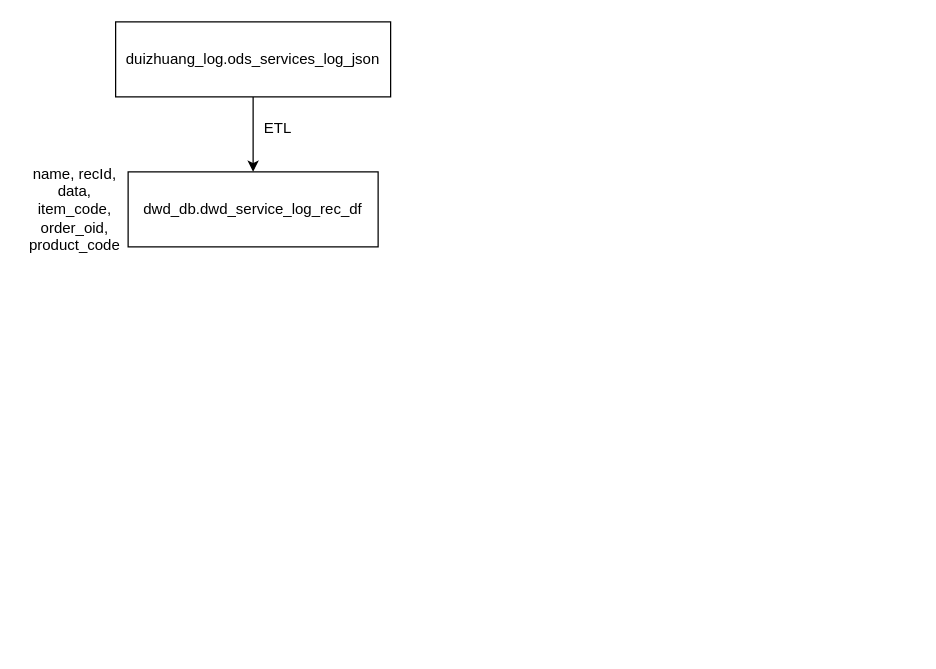
Earlier version of the draw.io diagram 埋点梳理.drawio (TzeSing/draw_io). Source tidied: cells renumbered, new cells numbered last; positions are measured from the earlier drawing's top-left corner, leaving out a move shared by most shapes. Both pictures are drawn from the tidied source at 125%, with x=0, y=0 at pixel (21, 21).
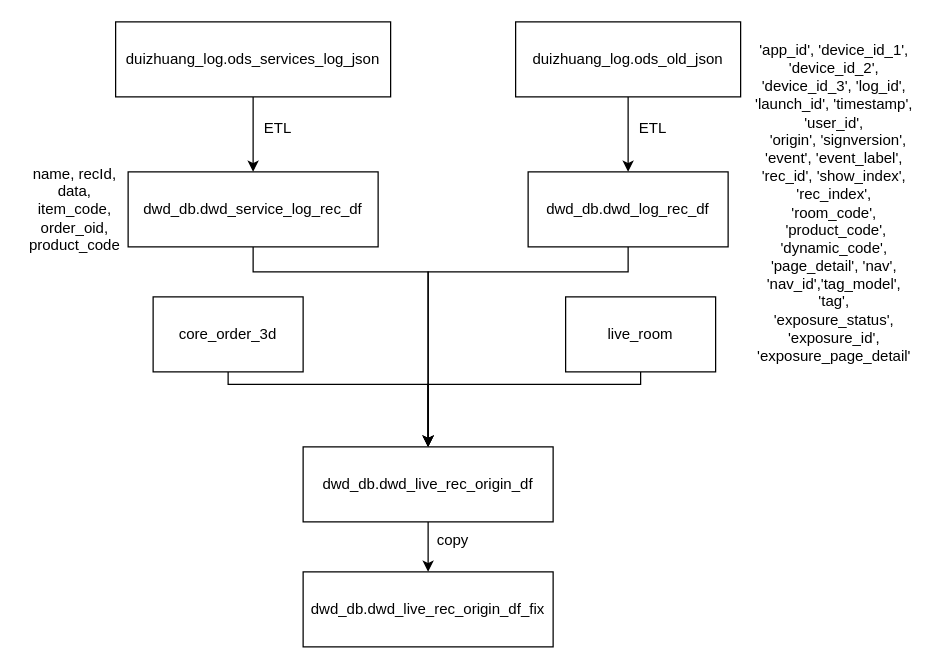
The same page after the edit.

Unchanged cells that the change refers to:
```xml
<mxCell id="5" value="dwd_db.dwd_service_log_rec_df" style="rounded=0;whiteSpace=wrap;html=1;" parent="1" vertex="1">
  <mxGeometry x="85" y="120" width="200" height="60" as="geometry" />
</mxCell>
```

What changed in the source:
```diff
@@
+    <mxCell id="7" style="edgeStyle=orthogonalEdgeStyle;rounded=0;jettySize=auto;html=1;exitX=0.5;exitY=1;exitDx=0;exitDy=0;entryX=0.5;entryY=0;entryDx=0;entryDy=0;" parent="1" edge="1" source="5" target="19">
+      <mxGeometry relative="1" as="geometry">
+        <Array as="points">
+          <mxPoint x="185" y="200" />
+          <mxPoint x="325" y="200" />
+        </Array>
+      </mxGeometry>
+    </mxCell>
@@
+    <mxCell id="8" style="edgeStyle=orthogonalEdgeStyle;rounded=0;jettySize=auto;html=1;exitX=0.5;exitY=1;exitDx=0;exitDy=0;entryX=0.5;entryY=0;entryDx=0;entryDy=0;" parent="1" edge="1" source="9" target="11">
+      <mxGeometry relative="1" as="geometry" />
+    </mxCell>
+    <mxCell id="9" value="duizhuang_log.ods_old_json" style="rounded=0;whiteSpace=wrap;html=1;" parent="1" vertex="1">
+      <mxGeometry x="395" width="180" height="60" as="geometry" />
+    </mxCell>
+    <mxCell id="10" style="edgeStyle=orthogonalEdgeStyle;rounded=0;jettySize=auto;html=1;exitX=0.5;exitY=1;exitDx=0;exitDy=0;" parent="1" edge="1" source="11">
+      <mxGeometry relative="1" as="geometry">
+        <mxPoint x="325" y="340" as="targetPoint" />
+        <Array as="points">
+          <mxPoint x="485" y="200" />
+          <mxPoint x="325" y="200" />
+        </Array>
+      </mxGeometry>
+    </mxCell>
+    <mxCell id="11" value="dwd_db.dwd_log_rec_df" style="rounded=0;whiteSpace=wrap;html=1;" parent="1" vertex="1">
+      <mxGeometry x="405" y="120" width="160" height="60" as="geometry" />
+    </mxCell>
+    <mxCell id="12" value="&lt;div&gt;'app_id', 'device_id_1', 'device_id_2', 'device_id_3', 'log_id', 'launch_id', 'timestamp', 'user_id',&lt;/div&gt;&lt;div&gt;&amp;nbsp; 'origin', 'signversion', 'event', 'event_label', 'rec_id', 'show_index', 'rec_index', 'room_code',&lt;/div&gt;&lt;div&gt;&amp;nbsp;'product_code', 'dynamic_code', 'page_detail', 'nav', 'nav_id','tag_model', 'tag',&lt;/div&gt;&lt;div&gt;'exposure_status', 'exposure_id', 'exposure_page_detail'&lt;/div&gt;" style="text;html=1;strokeColor=none;fillColor=none;align=center;verticalAlign=middle;whiteSpace=wrap;rounded=0;" parent="1" vertex="1">
+      <mxGeometry x="585" y="10" width="130" height="270" as="geometry" />
+    </mxCell>
+    <mxCell id="13" value="ETL" style="text;html=1;strokeColor=none;fillColor=none;align=center;verticalAlign=middle;whiteSpace=wrap;rounded=0;" parent="1" vertex="1">
+      <mxGeometry x="475" y="70" width="60" height="30" as="geometry" />
+    </mxCell>
+    <mxCell id="14" style="edgeStyle=orthogonalEdgeStyle;rounded=0;jettySize=auto;html=1;exitX=0.5;exitY=1;exitDx=0;exitDy=0;" parent="1" edge="1" source="15">
+      <mxGeometry relative="1" as="geometry">
+        <mxPoint x="325" y="340" as="targetPoint" />
+        <Array as="points">
+          <mxPoint x="165" y="290" />
+          <mxPoint x="325" y="290" />
+        </Array>
+      </mxGeometry>
+    </mxCell>
+    <mxCell id="15" value="core_order_3d" style="rounded=0;whiteSpace=wrap;html=1;" parent="1" vertex="1">
+      <mxGeometry x="105" y="220" width="120" height="60" as="geometry" />
+    </mxCell>
+    <mxCell id="16" style="edgeStyle=orthogonalEdgeStyle;rounded=0;jettySize=auto;html=1;exitX=0.5;exitY=1;exitDx=0;exitDy=0;entryX=0.5;entryY=0;entryDx=0;entryDy=0;" parent="1" edge="1" source="17" target="19">
+      <mxGeometry relative="1" as="geometry">
+        <Array as="points">
+          <mxPoint x="495" y="290" />
+          <mxPoint x="325" y="290" />
+        </Array>
+      </mxGeometry>
+    </mxCell>
+    <mxCell id="17" value="live_room" style="rounded=0;whiteSpace=wrap;html=1;" parent="1" vertex="1">
+      <mxGeometry x="435" y="220" width="120" height="60" as="geometry" />
+    </mxCell>
+    <mxCell id="18" style="edgeStyle=orthogonalEdgeStyle;rounded=0;jettySize=auto;html=1;exitX=0.5;exitY=1;exitDx=0;exitDy=0;entryX=0.5;entryY=0;entryDx=0;entryDy=0;" parent="1" edge="1" source="19" target="20">
+      <mxGeometry relative="1" as="geometry" />
+    </mxCell>
+    <mxCell id="19" value="dwd_db.dwd_live_rec_origin_df" style="rounded=0;whiteSpace=wrap;html=1;" parent="1" vertex="1">
+      <mxGeometry x="225" y="340" width="200" height="60" as="geometry" />
+    </mxCell>
+    <mxCell id="20" value="dwd_db.dwd_live_rec_origin_df_fix" style="rounded=0;whiteSpace=wrap;html=1;" parent="1" vertex="1">
+      <mxGeometry x="225" y="440" width="200" height="60" as="geometry" />
+    </mxCell>
+    <mxCell id="21" value="copy" style="text;html=1;strokeColor=none;fillColor=none;align=center;verticalAlign=middle;whiteSpace=wrap;rounded=0;" parent="1" vertex="1">
+      <mxGeometry x="315" y="400" width="60" height="30" as="geometry" />
+    </mxCell>
```
